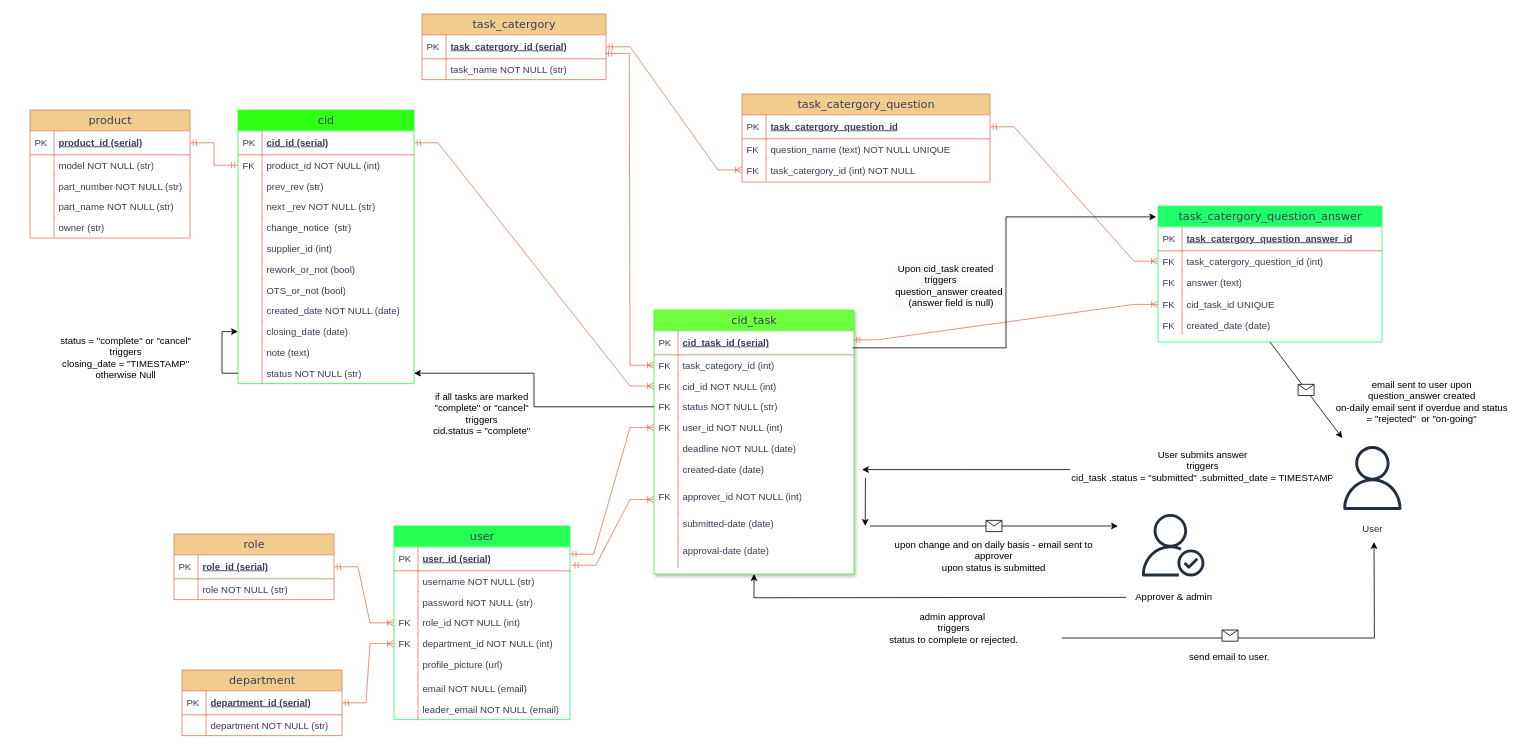
Above: Untitled Diagram.drawio in HieuBuiCong/ResumeHieuBC (draw.io), before the change. Source tidied: cells renumbered, new cells numbered last; positions are measured from the earlier drawing's top-left corner, leaving out a move shared by most shapes. Both pictures are drawn from the tidied source at 80%, with x=0, y=0 at pixel (14, -106).
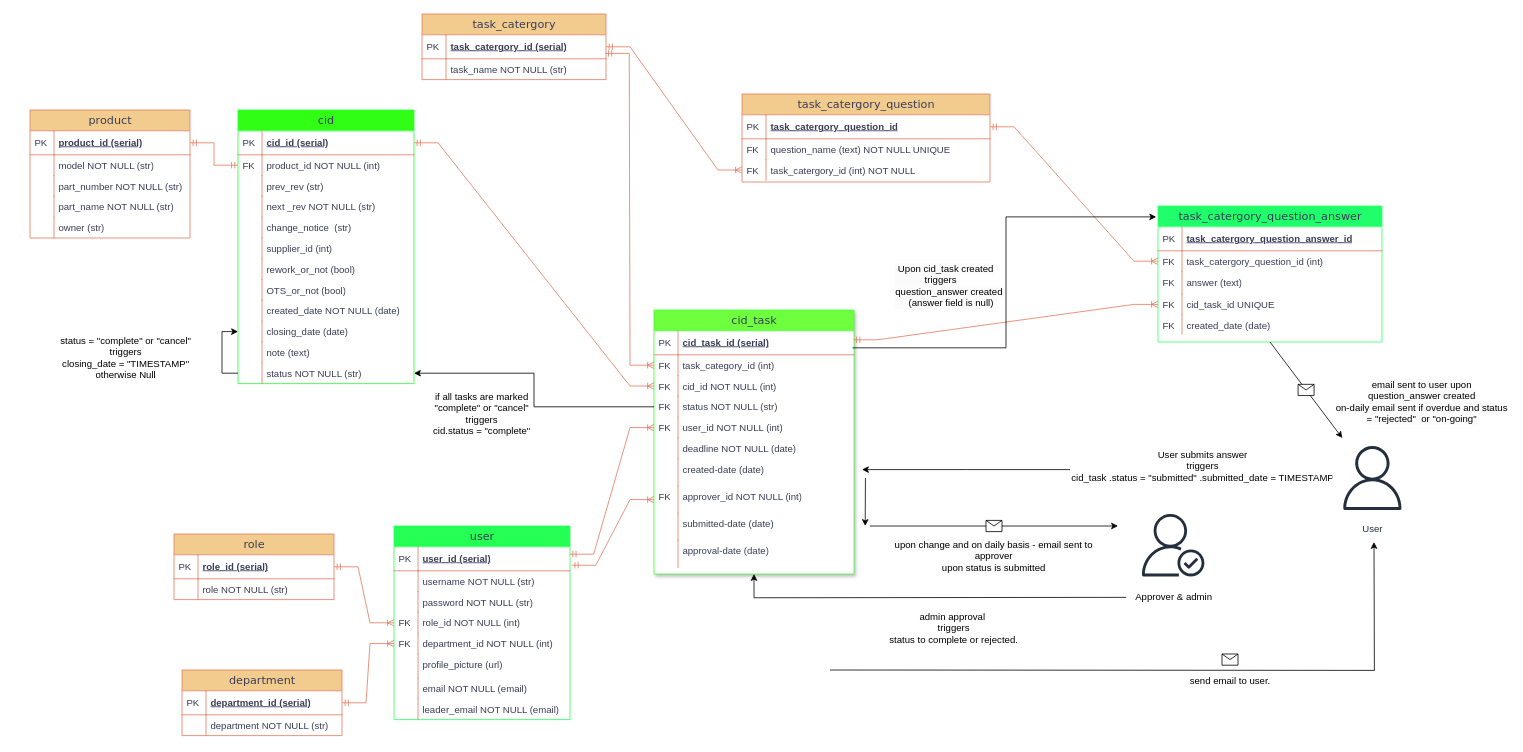
Above is the later version.

Unchanged cells that the change refers to:
```xml
<mxCell id="138" value="admin approval&amp;nbsp;&lt;br&gt;triggers&lt;br&gt;status to complete or rejected." style="text;whiteSpace=wrap;html=1;align=center;" parent="1" vertex="1">
  <mxGeometry x="1040" y="890" width="270" height="80" as="geometry" />
</mxCell>
```

Diff of the diagram source:
```diff
@@
-    <mxCell id="139" style="edgeStyle=orthogonalEdgeStyle;rounded=0;jettySize=auto;html=1;" parent="1" edge="1" source="138">
+    <mxCell id="139" style="edgeStyle=orthogonalEdgeStyle;rounded=0;orthogonalLoop=1;jettySize=auto;html=1;" parent="1" edge="1">
       <mxGeometry relative="1" as="geometry">
+        <mxPoint x="1020" y="970" as="sourcePoint" />
         <mxPoint x="1700" y="810" as="targetPoint" />
       </mxGeometry>
     </mxCell>
     <mxCell id="140" style="shape=message;html=1;" parent="1" vertex="1">
-      <mxGeometry x="1510" y="920" width="20" height="14" as="geometry" />
+      <mxGeometry x="1510" y="950" width="20" height="14" as="geometry" />
     </mxCell>
     <mxCell id="141" value="send email to user." style="text;whiteSpace=wrap;html=1;align=center;" parent="1" vertex="1">
-      <mxGeometry x="1389" y="940" width="261" height="30" as="geometry" />
+      <mxGeometry x="1389.5" y="970" width="261" height="30" as="geometry" />
     </mxCell>
```
